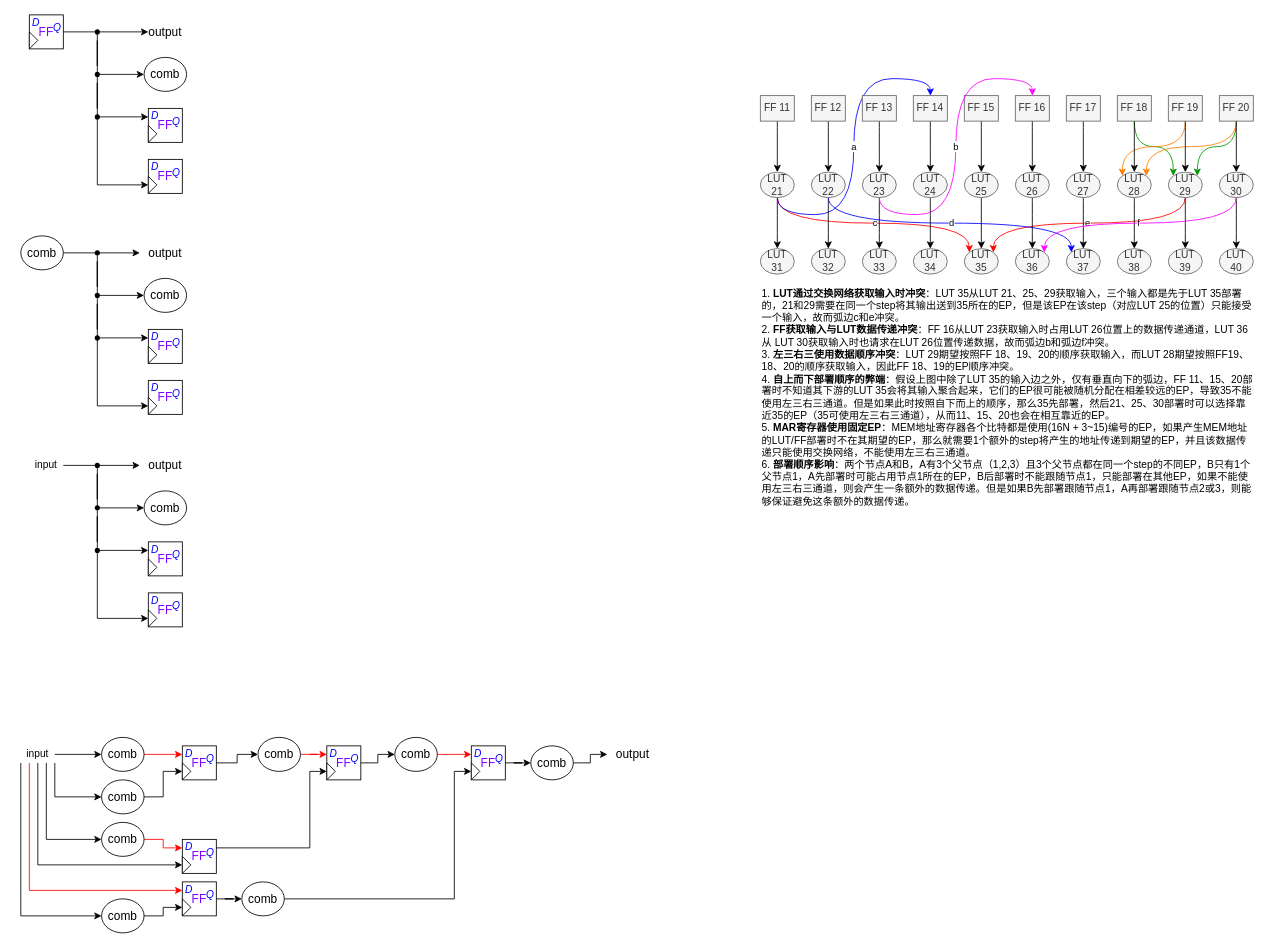
Before: verilator_digrams/Emulator_07.drawio in Dercury/CLDK, a draw.io diagram. Source tidied: cells renumbered, new cells numbered last; positions are measured from the earlier drawing's top-left corner, leaving out a move shared by most shapes. Both pictures are drawn from the tidied source at 85%, with x=0, y=0 at pixel (20, 14).
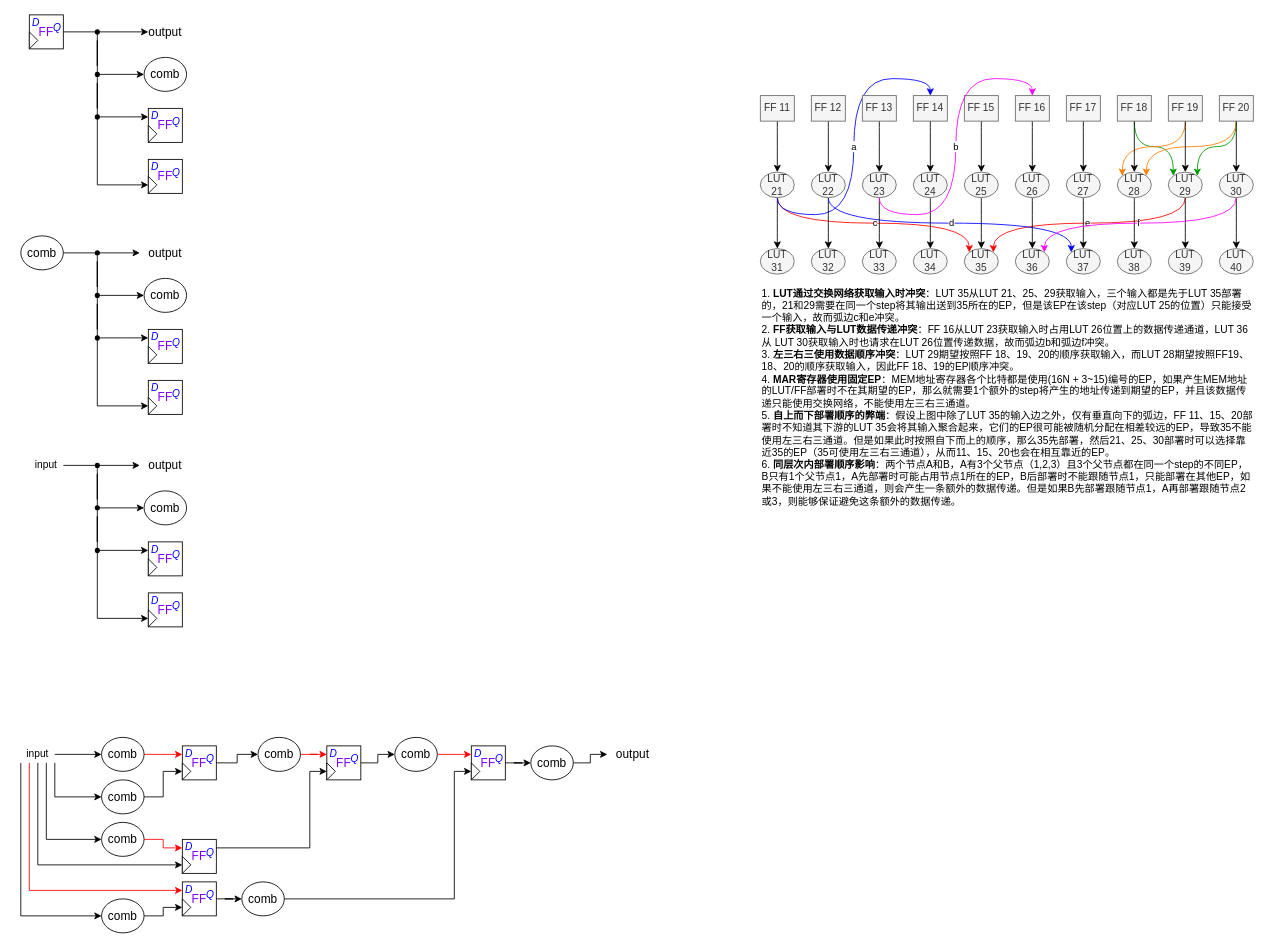
The same diagram, later.

Change to the diagram source:
```diff
@@
-    <mxCell id="189" value="1. &lt;b&gt;LUT通过交换网络获取输入时冲突&lt;/b&gt;：LUT 35从LUT 21、25、29获取输入，三个输入都是先于LUT 35部署的，21和29需要在同一个step将其输出送到35所在的EP，但是该EP在该step（对应LUT 25的位置）只能接受一个输入，故而弧边c和e冲突。&lt;br&gt;2. &lt;b&gt;FF获取输入与LUT数据传递冲突&lt;/b&gt;：FF 16从LUT 23获取输入时占用LUT 26位置上的数据传递通道，LUT 36从 LUT 30获取输入时也请求在LUT 26位置传递数据，故而弧边b和弧边f冲突。&lt;br&gt;3. &lt;b&gt;左三右三使用数据顺序冲突&lt;/b&gt;：LUT 29期望按照FF 18、19、20的顺序获取输入，而LUT 28期望按照FF19、18、20的顺序获取输入，因此FF 18、19的EP顺序冲突。&lt;br&gt;4.&amp;nbsp;&lt;b&gt;自上而下部署顺序的弊端&lt;/b&gt;：假设上图中除了LUT 35的输入边之外，仅有垂直向下的弧边，FF 11、15、20部署时不知道其下游的LUT 35会将其输入聚合起来，它们的EP很可能被随机分配在相差较远的EP，导致35不能使用左三右三通道。但是如果此时按照自下而上的顺序，那么35先部署，然后21、25、30部署时可以选择靠近35的EP（35可使用左三右三通道），从而11、15、20也会在相互靠近的EP。&lt;br&gt;5. &lt;b&gt;MAR寄存器使用固定EP&lt;/b&gt;：MEM地址寄存器各个比特都是使用(16N + 3~15)编号的EP，如果产生MEM地址的LUT/FF部署时不在其期望的EP，那么就需要1个额外的step将产生的地址传递到期望的EP，并且该数据传递只能使用交换网络，不能使用左三右三通道。&lt;br&gt;6. &lt;b&gt;部署顺序影响&lt;/b&gt;：两个节点A和B，A有3个父节点（1,2,3）且3个父节点都在同一个step的不同EP，B只有1个父节点1，A先部署时可能占用节点1所在的EP，B后部署时不能跟随节点1，只能部署在其他EP，如果不能使用左三右三通道，则会产生一条额外的数据传递。但是如果B先部署跟随节点1，A再部署跟随节点2或3，则能够保证避免这条额外的数据传递。" style="text;html=1;strokeColor=none;fillColor=none;align=left;verticalAlign=middle;whiteSpace=wrap;rounded=0;fontFamily=Helvetica;" parent="1" vertex="1">
+    <mxCell id="189" value="1. &lt;b&gt;LUT通过交换网络获取输入时冲突&lt;/b&gt;：LUT 35从LUT 21、25、29获取输入，三个输入都是先于LUT 35部署的，21和29需要在同一个step将其输出送到35所在的EP，但是该EP在该step（对应LUT 25的位置）只能接受一个输入，故而弧边c和e冲突。&lt;br&gt;2. &lt;b&gt;FF获取输入与LUT数据传递冲突&lt;/b&gt;：FF 16从LUT 23获取输入时占用LUT 26位置上的数据传递通道，LUT 36从 LUT 30获取输入时也请求在LUT 26位置传递数据，故而弧边b和弧边f冲突。&lt;br&gt;3. &lt;b&gt;左三右三使用数据顺序冲突&lt;/b&gt;：LUT 29期望按照FF 18、19、20的顺序获取输入，而LUT 28期望按照FF19、18、20的顺序获取输入，因此FF 18、19的EP顺序冲突。&lt;br&gt;4.&amp;nbsp;&lt;b&gt;MAR寄存器使用固定EP&lt;/b&gt;：MEM地址寄存器各个比特都是使用(16N + 3~15)编号的EP，如果产生MEM地址的LUT/FF部署时不在其期望的EP，那么就需要1个额外的step将产生的地址传递到期望的EP，并且该数据传递只能使用交换网络，不能使用左三右三通道。&lt;br&gt;5.&amp;nbsp;&lt;b&gt;自上而下部署顺序的弊端&lt;/b&gt;：假设上图中除了LUT 35的输入边之外，仅有垂直向下的弧边，FF 11、15、20部署时不知道其下游的LUT 35会将其输入聚合起来，它们的EP很可能被随机分配在相差较远的EP，导致35不能使用左三右三通道。但是如果此时按照自下而上的顺序，那么35先部署，然后21、25、30部署时可以选择靠近35的EP（35可使用左三右三通道），从而11、15、20也会在相互靠近的EP。&lt;br&gt;6. &lt;b&gt;同层次内部署顺序影响&lt;/b&gt;：两个节点A和B，A有3个父节点（1,2,3）且3个父节点都在同一个step的不同EP，B只有1个父节点1，A先部署时可能占用节点1所在的EP，B后部署时不能跟随节点1，只能部署在其他EP，如果不能使用左三右三通道，则会产生一条额外的数据传递。但是如果B先部署跟随节点1，A再部署跟随节点2或3，则能够保证避免这条额外的数据传递。" style="text;html=1;strokeColor=none;fillColor=none;align=left;verticalAlign=middle;whiteSpace=wrap;rounded=0;fontFamily=Helvetica;" parent="1" vertex="1">
       <mxGeometry x="870" y="315" width="580" height="270" as="geometry" />
     </mxCell>
```
